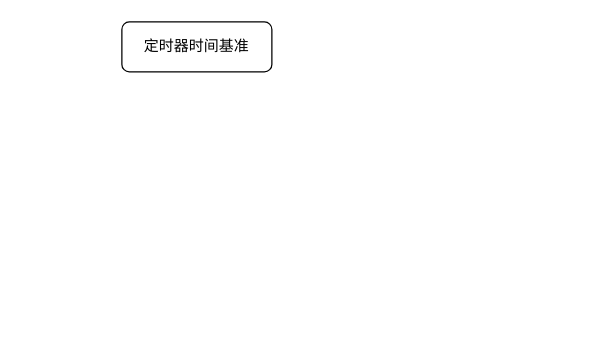
Before: MCPWM 路径梳理.drawio in Vinson-001/Blog-flow-chart, a draw.io diagram. Source tidied: cells renumbered, new cells numbered last; positions are measured from the earlier drawing's top-left corner, leaving out a move shared by most shapes. Both pictures are drawn from the tidied source at 125%, with x=0, y=0 at pixel (121, 21).
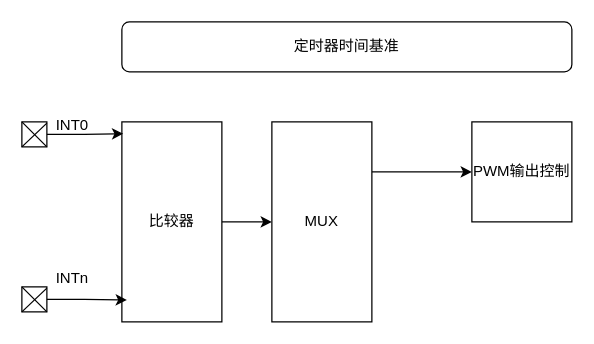
Above is the later version.

Commit message (it also covers changes not shown here):
更新MCPWM 路径梳理.drawio

Change to the diagram source:
```diff
@@
     <mxCell id="2" value="定时器时间基准" style="rounded=1;whiteSpace=wrap;html=1;" parent="1" vertex="1">
-      <mxGeometry width="120" height="40" as="geometry" />
+      <mxGeometry width="360" height="40" as="geometry" />
     </mxCell>
+    <mxCell id="3" style="edgeStyle=orthogonalEdgeStyle;rounded=0;jettySize=auto;html=1;exitX=1;exitY=0.5;exitDx=0;exitDy=0;entryX=0;entryY=0.5;entryDx=0;entryDy=0;" parent="1" edge="1" source="4" target="18">
+      <mxGeometry relative="1" as="geometry" />
+    </mxCell>
+    <mxCell id="4" value="比较器" style="rounded=0;whiteSpace=wrap;html=1;" parent="1" vertex="1">
+      <mxGeometry y="80" width="80" height="160" as="geometry" />
+    </mxCell>
+    <mxCell id="5" style="group;" parent="1" vertex="1">
+      <mxGeometry x="-80" y="80" width="20" height="20" as="geometry" />
+    </mxCell>
+    <mxCell id="6" style="rounded=0;whiteSpace=wrap;html=1;" parent="5" vertex="1">
+      <mxGeometry width="20" height="20" as="geometry" />
+    </mxCell>
+    <mxCell id="7" style="endArrow=none;html=1;rounded=0;" parent="5" edge="1">
+      <mxGeometry relative="1" as="geometry">
+        <mxPoint as="sourcePoint" />
+        <mxPoint x="20" y="20" as="targetPoint" />
+      </mxGeometry>
+    </mxCell>
+    <mxCell id="8" style="endArrow=none;html=1;rounded=0;" parent="5" edge="1">
+      <mxGeometry relative="1" as="geometry">
+        <mxPoint y="20" as="sourcePoint" />
+        <mxPoint x="20" y="1" as="targetPoint" />
+      </mxGeometry>
+    </mxCell>
+    <mxCell id="9" style="edgeStyle=orthogonalEdgeStyle;rounded=0;jettySize=auto;html=1;exitX=1;exitY=0.5;exitDx=0;exitDy=0;entryX=0.013;entryY=0.059;entryDx=0;entryDy=0;entryPerimeter=0;" parent="1" edge="1" source="6" target="4">
+      <mxGeometry relative="1" as="geometry" />
+    </mxCell>
+    <mxCell id="10" value="INT0" style="text;html=1;align=center;verticalAlign=middle;strokeColor=none;fillColor=none;" parent="1" vertex="1">
+      <mxGeometry x="-65" y="68" width="50" height="30" as="geometry" />
+    </mxCell>
+    <mxCell id="11" style="group;" parent="1" vertex="1">
+      <mxGeometry x="-80" y="212" width="20" height="20" as="geometry" />
+    </mxCell>
+    <mxCell id="12" style="rounded=0;whiteSpace=wrap;html=1;" parent="11" vertex="1">
+      <mxGeometry width="20" height="20" as="geometry" />
+    </mxCell>
+    <mxCell id="13" style="endArrow=none;html=1;rounded=0;" parent="11" edge="1">
+      <mxGeometry relative="1" as="geometry">
+        <mxPoint as="sourcePoint" />
+        <mxPoint x="20" y="20" as="targetPoint" />
+      </mxGeometry>
+    </mxCell>
+    <mxCell id="14" style="endArrow=none;html=1;rounded=0;" parent="11" edge="1">
+      <mxGeometry relative="1" as="geometry">
+        <mxPoint y="20" as="sourcePoint" />
+        <mxPoint x="20" y="1" as="targetPoint" />
+      </mxGeometry>
+    </mxCell>
+    <mxCell id="15" value="INTn" style="text;html=1;align=center;verticalAlign=middle;strokeColor=none;fillColor=none;" parent="1" vertex="1">
+      <mxGeometry x="-65" y="190" width="50" height="30" as="geometry" />
+    </mxCell>
+    <mxCell id="16" style="edgeStyle=orthogonalEdgeStyle;rounded=0;jettySize=auto;html=1;exitX=1;exitY=0.5;exitDx=0;exitDy=0;entryX=0.05;entryY=0.891;entryDx=0;entryDy=0;entryPerimeter=0;" parent="1" edge="1" source="12" target="4">
+      <mxGeometry relative="1" as="geometry" />
+    </mxCell>
+    <mxCell id="17" style="edgeStyle=orthogonalEdgeStyle;rounded=0;jettySize=auto;html=1;exitX=1;exitY=0.25;exitDx=0;exitDy=0;entryX=0;entryY=0.5;entryDx=0;entryDy=0;" parent="1" edge="1" source="18" target="19">
+      <mxGeometry relative="1" as="geometry" />
+    </mxCell>
+    <mxCell id="18" value="MUX" style="rounded=0;whiteSpace=wrap;html=1;" parent="1" vertex="1">
+      <mxGeometry x="120" y="80" width="80" height="160" as="geometry" />
+    </mxCell>
+    <mxCell id="19" value="PWM输出控制" style="rounded=0;whiteSpace=wrap;html=1;" parent="1" vertex="1">
+      <mxGeometry x="280" y="80" width="80" height="80" as="geometry" />
+    </mxCell>
```
